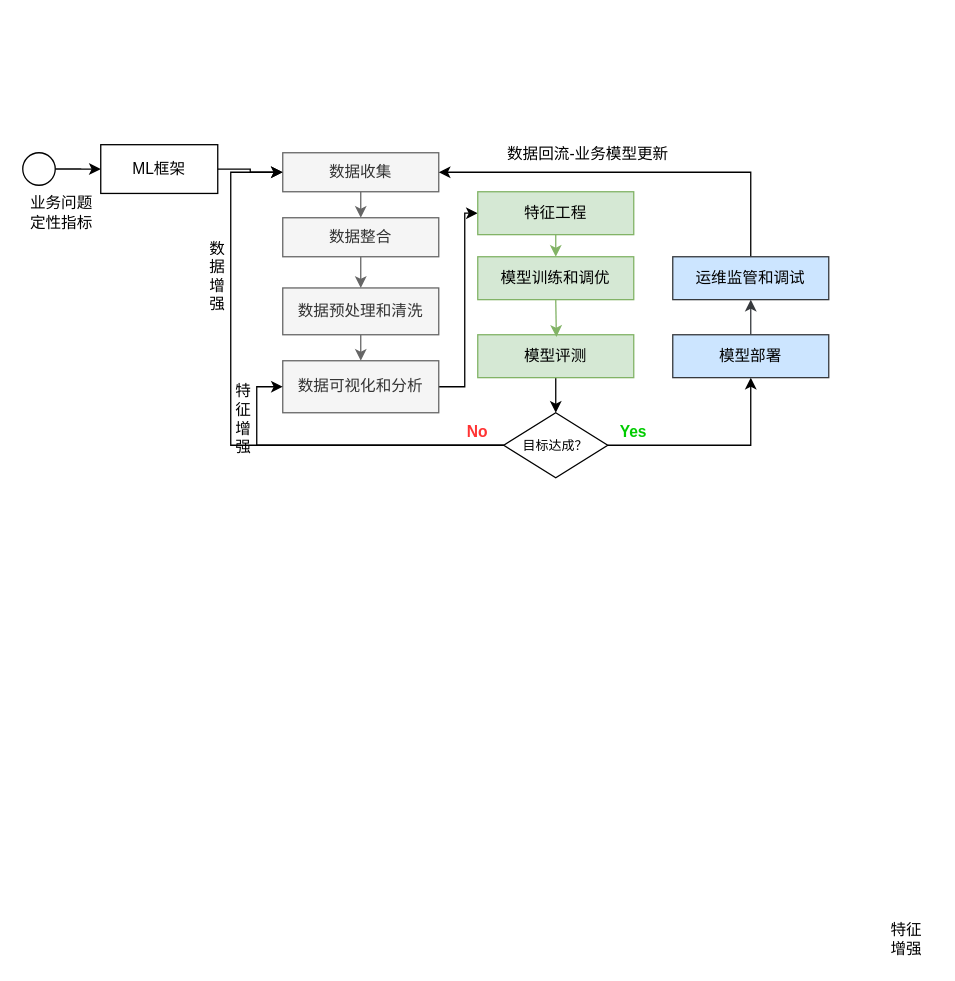
The draw.io diagram page "算法开发管理模式" (1 of 3) of ML process.drawio in paleblackless/diagrams, before the edit. Source tidied: cells renumbered, new cells numbered last; positions are measured from the earlier drawing's top-left corner, leaving out a move shared by most shapes. Both pictures are drawn from the tidied source at 130%, with x=0, y=0 at pixel (22, 142).
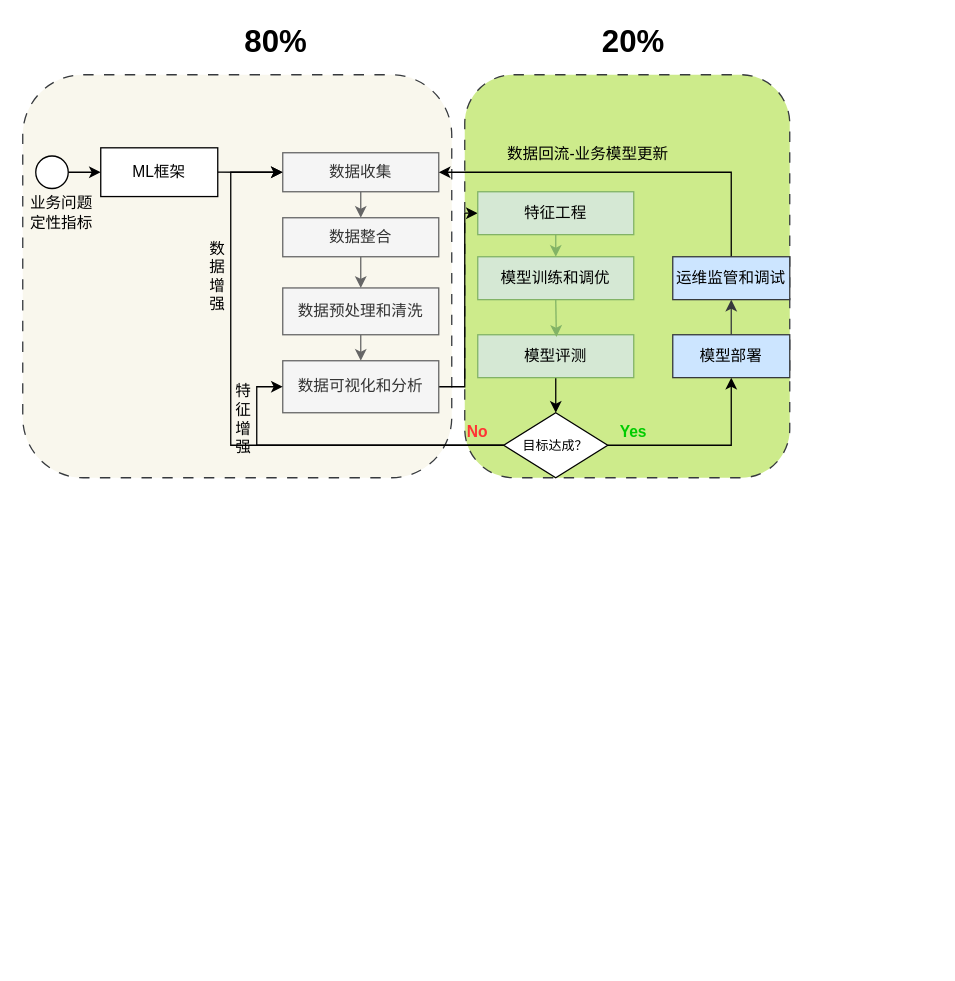
The same page after the edit.

The edit, as a diff of the source:
```diff
@@
+    <mxCell id="35" style="rounded=1;whiteSpace=wrap;html=1;dashed=1;dashPattern=8 8;fillColor=#cdeb8b;strokeColor=#36393d;" parent="1" vertex="1">
+      <mxGeometry x="340" y="-52" width="250" height="310" as="geometry" />
+    </mxCell>
+    <mxCell id="36" style="rounded=1;whiteSpace=wrap;html=1;dashed=1;dashPattern=8 8;fillColor=#f9f7ed;strokeColor=#36393d;" parent="1" vertex="1">
+      <mxGeometry y="-52" width="330" height="310" as="geometry" />
+    </mxCell>
@@
     <mxCell id="3" style="ellipse;whiteSpace=wrap;html=1;" parent="1" vertex="1">
-      <mxGeometry y="8" width="25" height="25" as="geometry" />
+      <mxGeometry x="10" y="10.5" width="25" height="25" as="geometry" />
     </mxCell>
@@
     <mxCell id="5" value="ML框架" style="rounded=0;whiteSpace=wrap;html=1;" parent="1" vertex="1">
-      <mxGeometry x="60" y="1.8" width="90" height="37.5" as="geometry" />
+      <mxGeometry x="60" y="4.2" width="90" height="37.5" as="geometry" />
     </mxCell>
@@
-    <mxCell id="19" value="特征&lt;div&gt;增强&lt;/div&gt;" style="text;html=1;align=center;verticalAlign=middle;whiteSpace=wrap;rounded=0;" parent="1" vertex="1">
-      <mxGeometry x="660" y="598" width="40" height="30" as="geometry" />
-    </mxCell>
@@
     <mxCell id="28" value="模型部署" style="rounded=0;whiteSpace=wrap;html=1;fillColor=#cce5ff;strokeColor=#36393d;" parent="1" vertex="1">
-      <mxGeometry x="500" y="148" width="120" height="33" as="geometry" />
+      <mxGeometry x="500" y="148" width="90" height="33" as="geometry" />
     </mxCell>
@@
     <mxCell id="30" value="运维监管和调试" style="rounded=0;whiteSpace=wrap;html=1;fillColor=#cce5ff;strokeColor=#36393d;" parent="1" vertex="1">
-      <mxGeometry x="500" y="88" width="120" height="33" as="geometry" />
+      <mxGeometry x="500" y="88" width="90" height="33" as="geometry" />
     </mxCell>
@@
+    <mxCell id="37" value="&lt;b&gt;&lt;font style=&quot;font-size: 24px;&quot;&gt;80%&lt;/font&gt;&lt;/b&gt;" style="text;html=1;align=center;verticalAlign=middle;whiteSpace=wrap;rounded=0;" parent="1" vertex="1">
+      <mxGeometry x="165" y="-92" width="60" height="30" as="geometry" />
+    </mxCell>
+    <mxCell id="38" value="&lt;font style=&quot;font-size: 24px;&quot;&gt;&lt;b&gt;20%&lt;/b&gt;&lt;/font&gt;" style="text;html=1;align=center;verticalAlign=middle;whiteSpace=wrap;rounded=0;" parent="1" vertex="1">
+      <mxGeometry x="440" y="-92" width="60" height="30" as="geometry" />
+    </mxCell>
```
